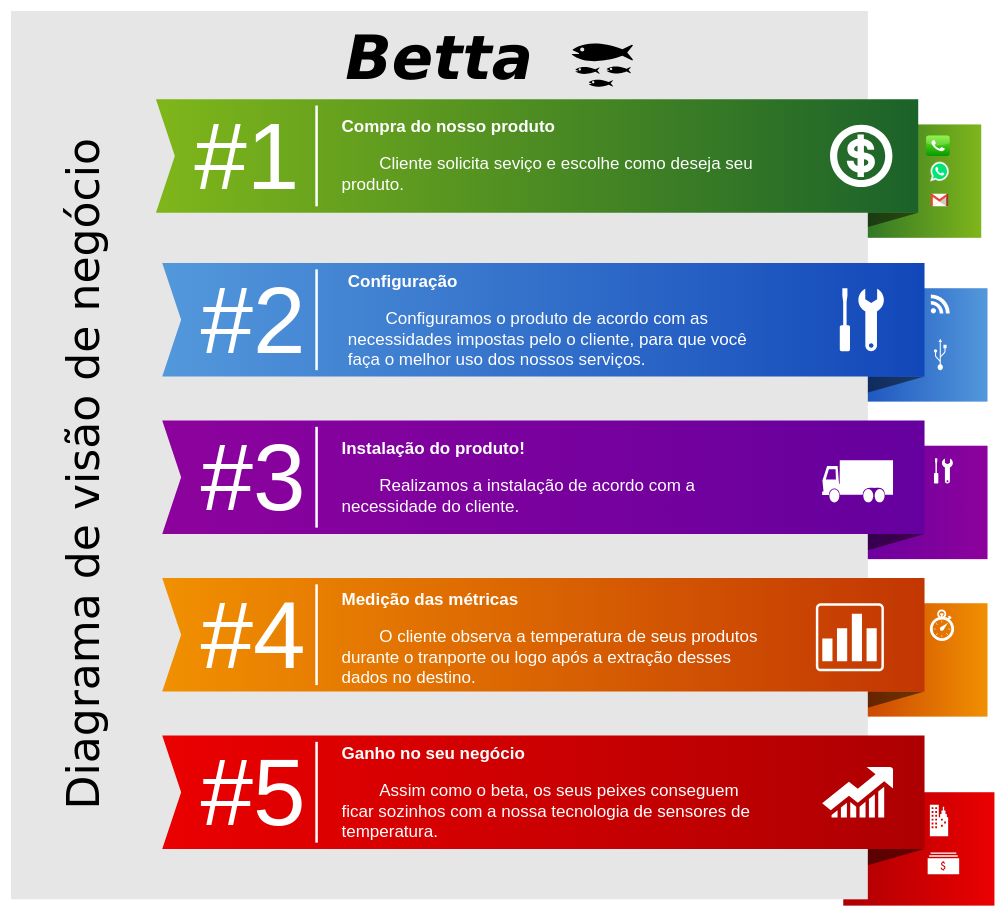
Earlier version of the draw.io diagram Diagrama_sprint_1.drawio (AndreyRl/sprint1). Source tidied: cells renumbered, new cells numbered last; positions are measured from the earlier drawing's top-left corner, leaving out a move shared by most shapes. Both pictures are drawn from the tidied source at 63%, with x=0, y=0 at pixel (11, 11).
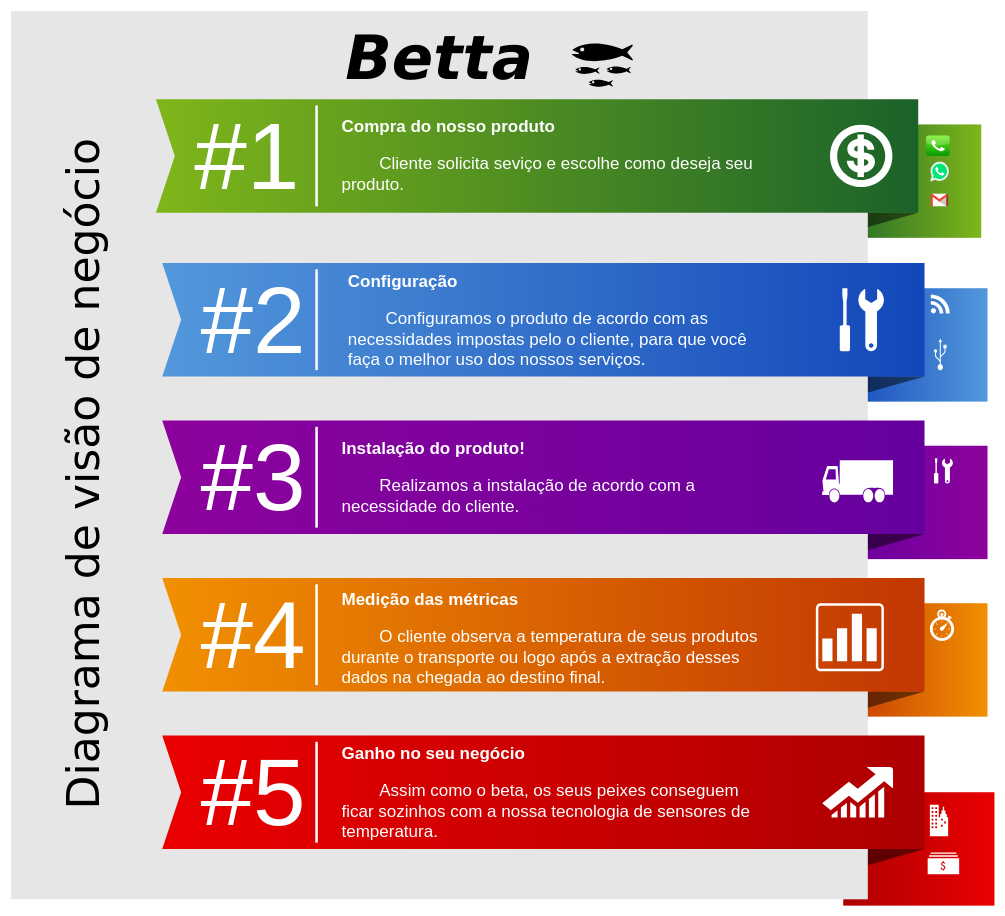
After the change.

Commit message:
correção ortográfica

The edit, as a diff of the source:
```diff
@@
-    <mxCell id="32" value="&lt;h1 style=&quot;font-size: 27px&quot;&gt;&lt;font style=&quot;font-size: 27px&quot;&gt;Medição das métricas&lt;/font&gt;&lt;/h1&gt;&lt;p style=&quot;font-size: 27px&quot;&gt;&lt;font style=&quot;font-size: 27px&quot;&gt;&lt;span style=&quot;white-space: pre&quot;&gt;&#9;&lt;/span&gt;O cliente observa a temperatura de seus produtos durante o tranporte ou logo após a extração desses dados no destino.&lt;/font&gt;&lt;br&gt;&lt;/p&gt;" style="text;html=1;strokeColor=none;fillColor=none;spacing=5;spacingTop=-20;whiteSpace=wrap;overflow=hidden;rounded=0;shadow=0;dashed=0;fontFamily=Helvetica;fontSize=12;fontColor=#FFFFFF;align=left;" parent="1" vertex="1">
+    <mxCell id="32" value="&lt;h1 style=&quot;font-size: 27px&quot;&gt;&lt;font style=&quot;font-size: 27px&quot;&gt;Medição das métricas&lt;/font&gt;&lt;/h1&gt;&lt;p style=&quot;font-size: 27px&quot;&gt;&lt;font style=&quot;font-size: 27px&quot;&gt;&lt;span style=&quot;white-space: pre&quot;&gt;&#9;&lt;/span&gt;O cliente observa a temperatura de seus produtos durante o transporte ou logo após a extração desses dados na chegada ao destino final.&lt;/font&gt;&lt;br&gt;&lt;/p&gt;" style="text;html=1;strokeColor=none;fillColor=none;spacing=5;spacingTop=-20;whiteSpace=wrap;overflow=hidden;rounded=0;shadow=0;dashed=0;fontFamily=Helvetica;fontSize=12;fontColor=#FFFFFF;align=left;" parent="1" vertex="1">
       <mxGeometry x="520" y="910" width="670" height="180" as="geometry" />
     </mxCell>
```
